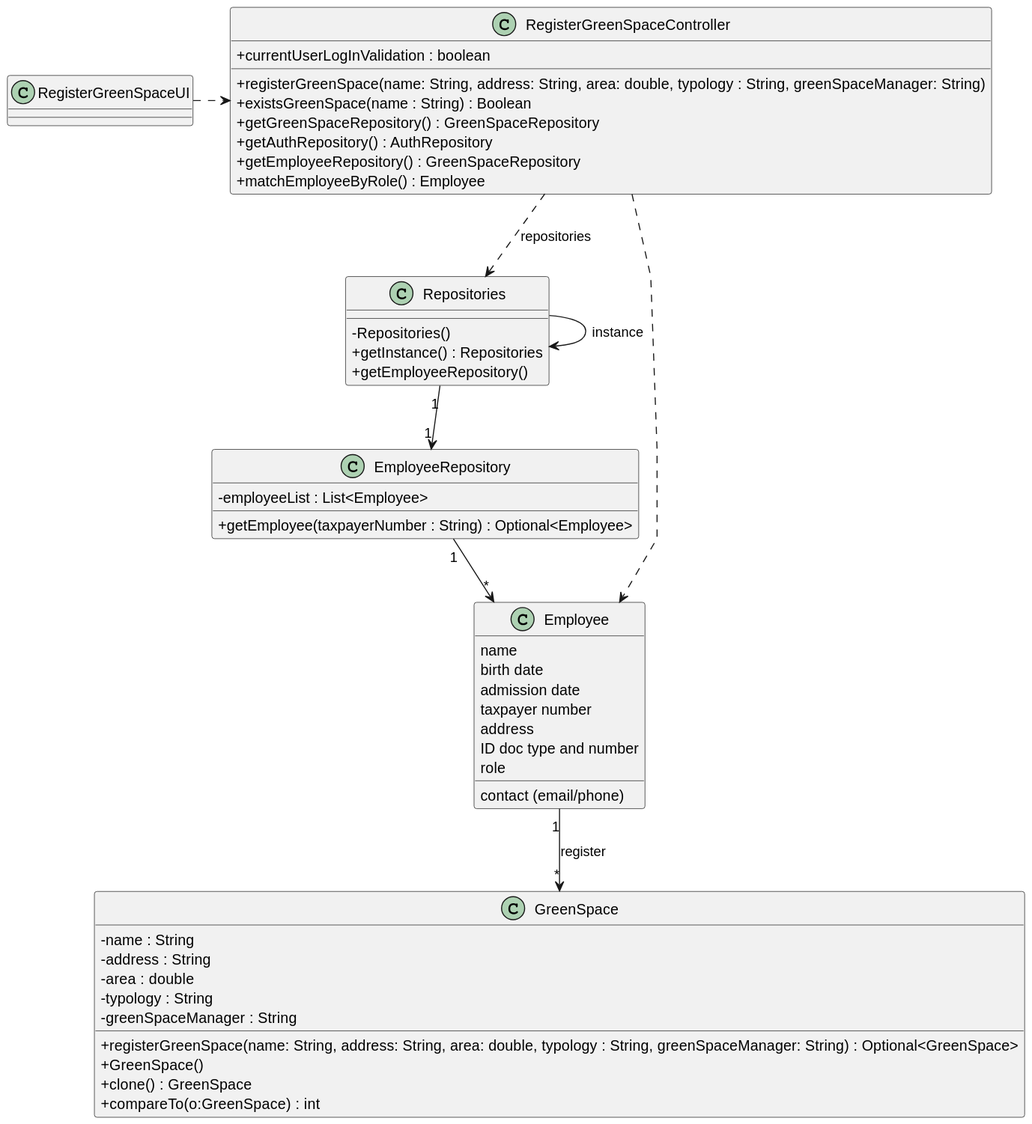
This is docs/sprintC/US020/03.design/svg/us020-class-diagram.svg from LopemigueISEP/lei-24-s2-1nb-g312, a PlantUML export, as it was before one commit.
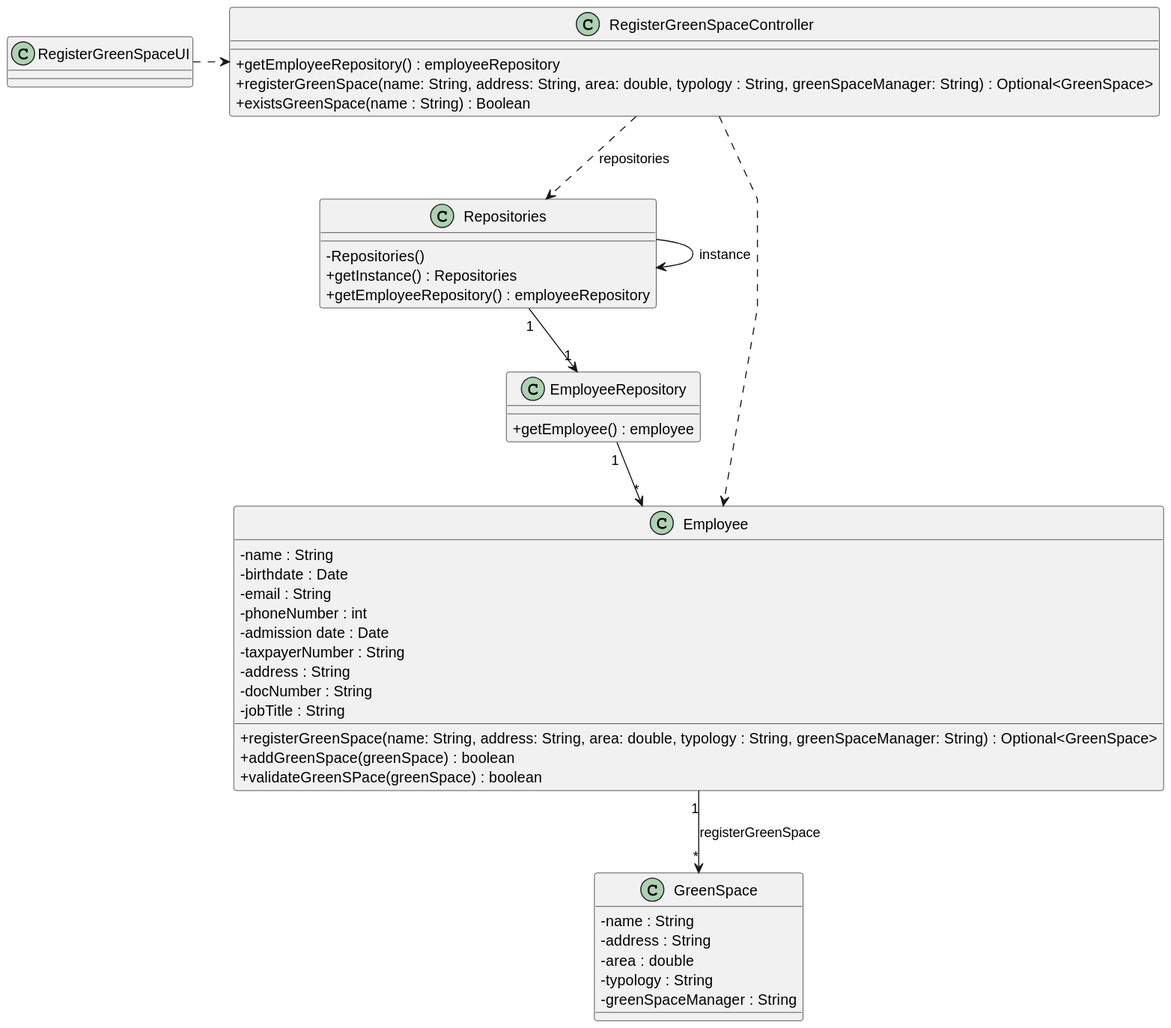
The same diagram one commit later.

What changed in the source:
```diff
@@ -11,38 +11,37 @@
 }
 
 class RegisterGreenSpaceController {
-
-    + registerGreenSpace(name: String, address: String, area: double, typology : String, greenSpaceManager: String)
+    + getEmployeeRepository() : employeeRepository
+    + registerGreenSpace(name: String, address: String, area: double, typology : String, greenSpaceManager: String) : Optional<GreenSpace>
     + existsGreenSpace(name : String) : Boolean
-    + getGreenSpaceRepository() : GreenSpaceRepository
-    + getAuthRepository() : AuthRepository
-    + getEmployeeRepository() : GreenSpaceRepository
-    + currentUserLogInValidation : boolean
-    + matchEmployeeByRole() : Employee
 
 }
 
 class Repositories {
      - Repositories()
      + getInstance() : Repositories
-     + getEmployeeRepository()
+     + getEmployeeRepository() : employeeRepository
 
 }
 
 class Employee {
-    name
-    birth date
-    contact (email/phone)
-    admission date
-    taxpayer number
-    address
-    ID doc type and number
-    role
+    -name : String
+    -birthdate : Date
+    -email : String
+    -phoneNumber : int
+    -admission date : Date
+    -taxpayerNumber : String
+    -address : String
+    -docNumber : String
+    -jobTitle : String
+    +registerGreenSpace(name: String, address: String, area: double, typology : String, greenSpaceManager: String) : Optional<GreenSpace>
+    +addGreenSpace(greenSpace) : boolean
+    +validateGreenSPace(greenSpace) : boolean
+
 }
 
 class EmployeeRepository {
-    -employeeList : List<Employee>
-    +getEmployee(taxpayerNumber : String) : Optional<Employee>
+    +getEmployee() : employee
 }
 
 
@@ -53,11 +52,6 @@
         -area : double
         -typology : String
         - greenSpaceManager : String
-
-    +registerGreenSpace(name: String, address: String, area: double, typology : String, greenSpaceManager: String) : Optional<GreenSpace>
-    +GreenSpace()
-    +clone() : GreenSpace
-    +compareTo(o:GreenSpace) : int
 }
 
 
@@ -69,6 +63,6 @@
 RegisterGreenSpaceUI .> RegisterGreenSpaceController
 Repositories -> Repositories : instance
 EmployeeRepository "1" --> "*" Employee
-Employee "1" --> "*" GreenSpace : register
+Employee "1" --> "*" GreenSpace : registerGreenSpace
 Repositories "1" --> "1" EmployeeRepository
 @enduml
```
